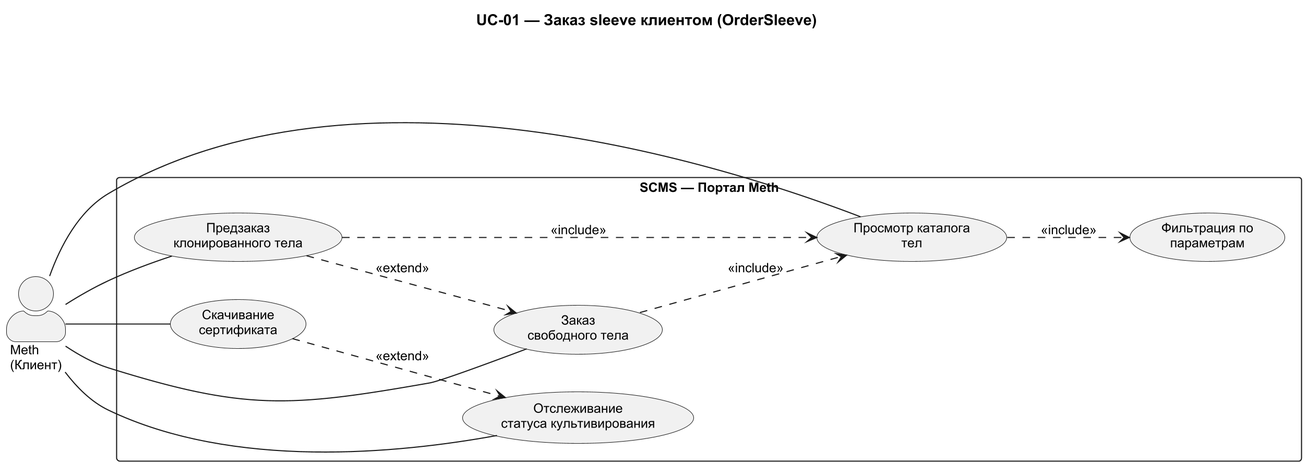
This is use-case-diagrams/uc01-meth-portal.png from ErnandesDaniel/modified-carbon, a PlantUML export, as it was before one commit.
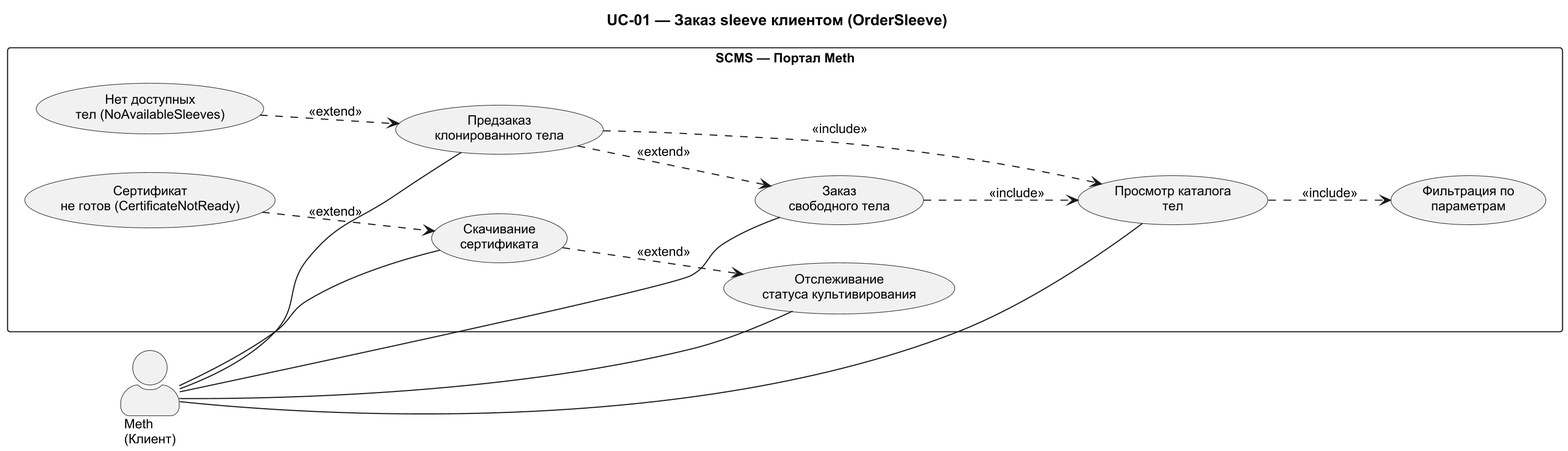
Later version of the same file.

Change to the diagram source:
```diff
@@ -17,12 +17,16 @@
   usecase "Предзаказ\nклонированного тела" as PREORDER
   usecase "Отслеживание\nстатуса культивирования" as TRACK
   usecase "Скачивание\nсертификата" as CERT
+  usecase "Нет доступных\nтел (NoAvailableSleeves)" as NO_SLEEVES
+  usecase "Сертификат\nне готов (CertificateNotReady)" as CERT_WAIT
 
   CATALOG ..> FILTER : <<include>>
   ORDER ..> CATALOG : <<include>>
   PREORDER ..> CATALOG : <<include>>
   PREORDER ..> ORDER : <<extend>>
   CERT ..> TRACK : <<extend>>
+  NO_SLEEVES ..> PREORDER : <<extend>>
+  CERT_WAIT ..> CERT : <<extend>>
 }
 
 actor "Meth\n(Клиент)" as METH
```
